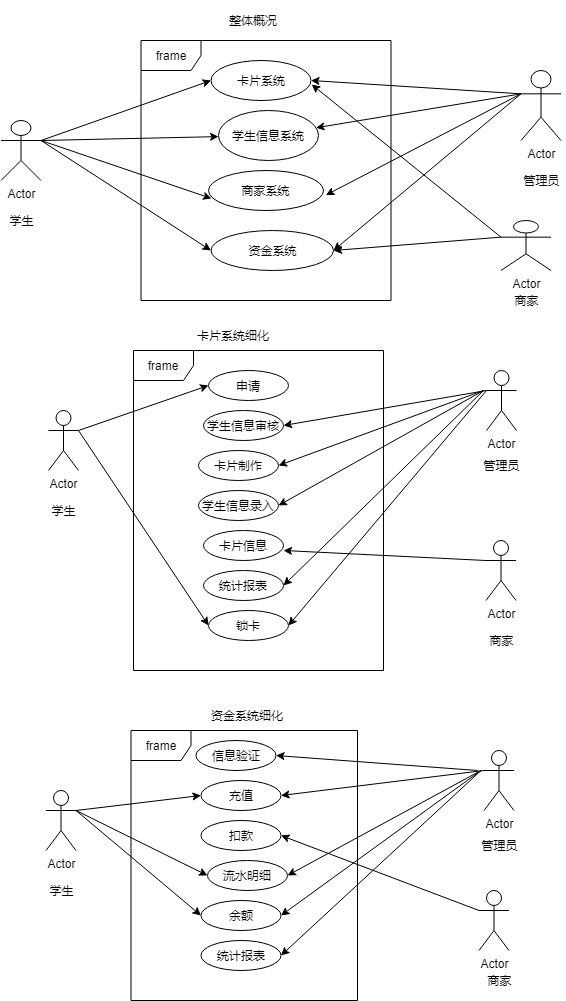
xiaozhubao/jg keeps this draw.io diagram as week01/用例图.png. Above is the earlier version. Source tidied: cells renumbered, new cells last; positions are measured from the earlier drawing's top-left corner, leaving out a move shared by most shapes.
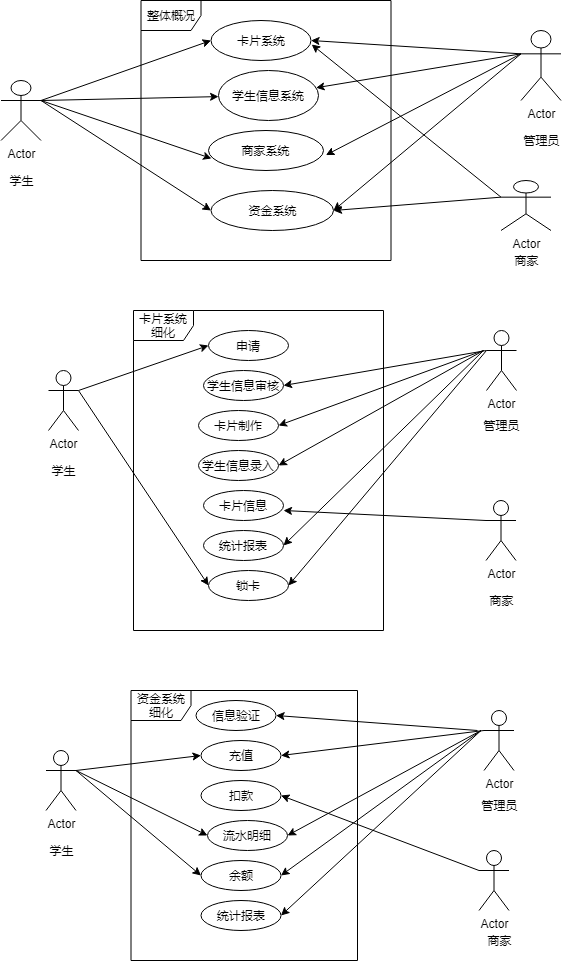
The same diagram one commit later.

What changed in the source:
```diff
@@ -2,7 +2,7 @@
   <root>
     <mxCell id="0" />
     <mxCell id="1" parent="0" />
-    <mxCell id="2" value="frame" style="shape=umlFrame;whiteSpace=wrap;html=1;" parent="1" vertex="1">
+    <mxCell id="2" value="整体概况" style="shape=umlFrame;whiteSpace=wrap;html=1;" parent="1" vertex="1">
       <mxGeometry x="139.5" y="40" width="250" height="260" as="geometry" />
     </mxCell>
     <mxCell id="3" value="卡片系统" style="ellipse;whiteSpace=wrap;html=1;" parent="1" vertex="1">
@@ -62,7 +62,7 @@
     <mxCell id="21" value="学生" style="text;html=1;align=center;verticalAlign=middle;" parent="1" vertex="1">
       <mxGeometry x="42" y="500" width="40" height="20" as="geometry" />
     </mxCell>
-    <mxCell id="22" value="frame" style="shape=umlFrame;whiteSpace=wrap;html=1;" parent="1" vertex="1">
+    <mxCell id="22" value="卡片系统细化" style="shape=umlFrame;whiteSpace=wrap;html=1;" parent="1" vertex="1">
       <mxGeometry x="132" y="350" width="250" height="320" as="geometry" />
     </mxCell>
     <mxCell id="23" value="学生信息审核" style="ellipse;whiteSpace=wrap;html=1;" parent="1" vertex="1">
@@ -149,12 +149,6 @@
     <mxCell id="48" value="商家" style="text;html=1;align=center;verticalAlign=middle;" parent="1" vertex="1">
       <mxGeometry x="480" y="630" width="40" height="20" as="geometry" />
     </mxCell>
-    <mxCell id="49" value="卡片系统细化" style="text;html=1;strokeColor=none;fillColor=none;align=center;verticalAlign=middle;whiteSpace=wrap;rounded=0;" parent="1" vertex="1">
-      <mxGeometry x="177" y="320" width="110" height="30" as="geometry" />
-    </mxCell>
-    <mxCell id="50" value="整体概况" style="text;html=1;strokeColor=none;fillColor=none;align=center;verticalAlign=middle;whiteSpace=wrap;rounded=0;" parent="1" vertex="1">
-      <mxGeometry x="162" width="180" height="40" as="geometry" />
-    </mxCell>
     <mxCell id="51" style="edgeStyle=none;rounded=1;jettySize=auto;html=1;exitX=1;exitY=0.3333333333333333;exitDx=0;exitDy=0;exitPerimeter=0;entryX=0;entryY=0.5;entryDx=0;entryDy=0;" parent="1" edge="1" source="54" target="61">
       <mxGeometry relative="1" as="geometry" />
     </mxCell>
@@ -170,7 +164,7 @@
     <mxCell id="55" value="学生" style="text;html=1;align=center;verticalAlign=middle;" parent="1" vertex="1">
       <mxGeometry x="39.5" y="880" width="40" height="20" as="geometry" />
     </mxCell>
-    <mxCell id="56" value="frame" style="shape=umlFrame;whiteSpace=wrap;html=1;" parent="1" vertex="1">
+    <mxCell id="56" value="资金系统细化" style="shape=umlFrame;whiteSpace=wrap;html=1;" parent="1" vertex="1">
       <mxGeometry x="129.5" y="730" width="226.5" height="270" as="geometry" />
     </mxCell>
     <mxCell id="57" value="扣款" style="ellipse;whiteSpace=wrap;html=1;" parent="1" vertex="1">
@@ -238,9 +232,6 @@
     <mxCell id="75" value="商家" style="text;html=1;align=center;verticalAlign=middle;" parent="1" vertex="1">
       <mxGeometry x="477.5" y="970" width="40" height="20" as="geometry" />
     </mxCell>
-    <mxCell id="76" value="资金系统细化" style="text;html=1;strokeColor=none;fillColor=none;align=center;verticalAlign=middle;whiteSpace=wrap;rounded=0;" parent="1" vertex="1">
-      <mxGeometry x="191" y="700" width="110" height="30" as="geometry" />
-    </mxCell>
     <mxCell id="77" value="信息验证" style="ellipse;whiteSpace=wrap;html=1;" parent="1" vertex="1">
       <mxGeometry x="194.5" y="740" width="80" height="30" as="geometry" />
     </mxCell>
```
